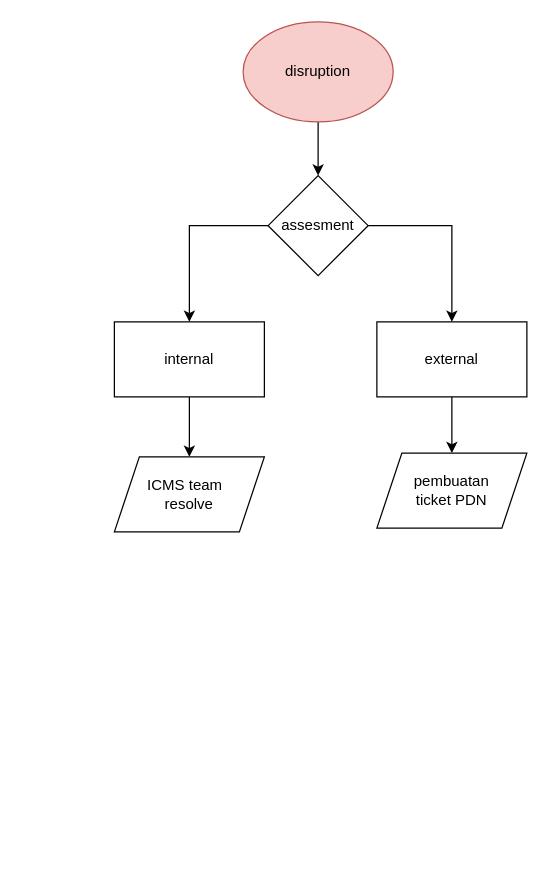
adewandaru/adewandaru keeps this draw.io diagram as page "icms downtime" (2 of 2) of Copy of Untitled Diagram.drawio. Above is the earlier version. Source tidied: cells renumbered, new cells numbered last; positions are measured from the earlier drawing's top-left corner, leaving out a move shared by most shapes. Both pictures are drawn from the tidied source at 125%, with x=0, y=0 at pixel (114, 21).
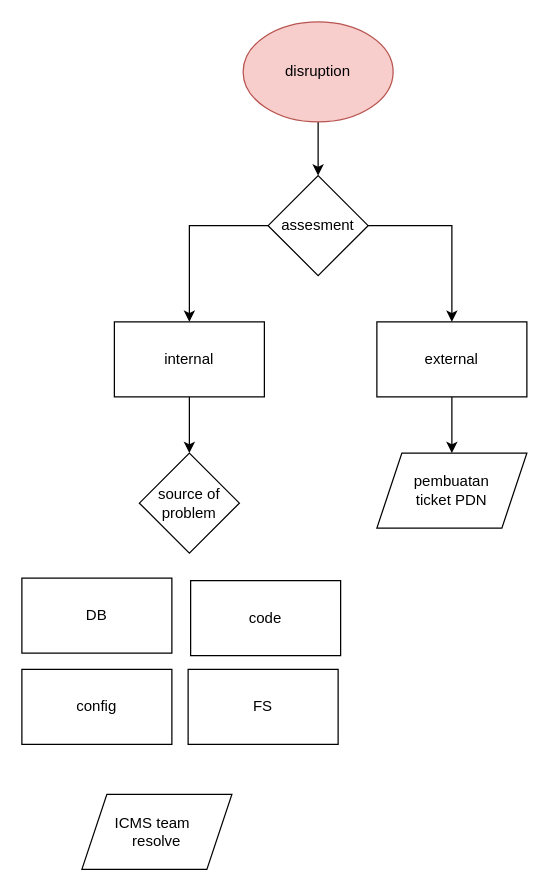
Above is the later version.

Diff of the diagram source:
```diff
@@
 <mxGraphModel>
   <root>
     <mxCell id="0" />
     <mxCell id="1" parent="0" />
-    <mxCell id="2" style="edgeStyle=orthogonalEdgeStyle;rounded=0;jettySize=auto;html=1;" parent="1" edge="1" source="3" target="12">
+    <mxCell id="2" style="edgeStyle=orthogonalEdgeStyle;rounded=0;jettySize=auto;html=1;" parent="1" edge="1" source="3" target="13">
       <mxGeometry relative="1" as="geometry" />
     </mxCell>
     <mxCell id="3" value="internal" style="rounded=0;whiteSpace=wrap;html=1;" parent="1" vertex="1">
       <mxGeometry y="240" width="120" height="60" as="geometry" />
     </mxCell>
     <mxCell id="4" style="edgeStyle=orthogonalEdgeStyle;rounded=0;jettySize=auto;html=1;" parent="1" edge="1" source="5" target="11">
       <mxGeometry relative="1" as="geometry" />
     </mxCell>
     <mxCell id="5" value="external" style="rounded=0;whiteSpace=wrap;html=1;" parent="1" vertex="1">
       <mxGeometry x="210" y="240" width="120" height="60" as="geometry" />
     </mxCell>
     <mxCell id="6" style="edgeStyle=orthogonalEdgeStyle;rounded=0;jettySize=auto;html=1;" parent="1" edge="1" source="7" target="10">
       <mxGeometry relative="1" as="geometry" />
     </mxCell>
     <mxCell id="7" value="disruption" style="ellipse;whiteSpace=wrap;html=1;fillColor=#f8cecc;strokeColor=#b85450;" parent="1" vertex="1">
       <mxGeometry x="103" width="120" height="80" as="geometry" />
     </mxCell>
     <mxCell id="8" style="edgeStyle=orthogonalEdgeStyle;rounded=0;jettySize=auto;html=1;" parent="1" edge="1" source="10" target="3">
       <mxGeometry relative="1" as="geometry" />
     </mxCell>
     <mxCell id="9" style="edgeStyle=orthogonalEdgeStyle;rounded=0;jettySize=auto;html=1;" parent="1" edge="1" source="10" target="5">
       <mxGeometry relative="1" as="geometry" />
     </mxCell>
     <mxCell id="10" value="assesment" style="rhombus;whiteSpace=wrap;html=1;" parent="1" vertex="1">
       <mxGeometry x="123" y="123" width="80" height="80" as="geometry" />
     </mxCell>
     <mxCell id="11" value="pembuatan &lt;br&gt;ticket PDN" style="shape=parallelogram;perimeter=parallelogramPerimeter;whiteSpace=wrap;html=1;fixedSize=1;" parent="1" vertex="1">
       <mxGeometry x="210" y="345" width="120" height="60" as="geometry" />
     </mxCell>
     <mxCell id="12" value="ICMS team &amp;nbsp;&lt;br&gt;resolve" style="shape=parallelogram;perimeter=parallelogramPerimeter;whiteSpace=wrap;html=1;fixedSize=1;" parent="1" vertex="1">
-      <mxGeometry y="348" width="120" height="60" as="geometry" />
+      <mxGeometry x="-26" y="618" width="120" height="60" as="geometry" />
     </mxCell>
+    <mxCell id="13" value="source of problem" style="rhombus;whiteSpace=wrap;html=1;" parent="1" vertex="1">
+      <mxGeometry x="20" y="345" width="80" height="80" as="geometry" />
+    </mxCell>
+    <mxCell id="14" value="DB" style="rounded=0;whiteSpace=wrap;html=1;" parent="1" vertex="1">
+      <mxGeometry x="-74" y="445" width="120" height="60" as="geometry" />
+    </mxCell>
+    <mxCell id="15" value="code" style="rounded=0;whiteSpace=wrap;html=1;" parent="1" vertex="1">
+      <mxGeometry x="61" y="447" width="120" height="60" as="geometry" />
+    </mxCell>
+    <mxCell id="16" value="config" style="rounded=0;whiteSpace=wrap;html=1;" parent="1" vertex="1">
+      <mxGeometry x="-74" y="518" width="120" height="60" as="geometry" />
+    </mxCell>
+    <mxCell id="17" value="FS" style="rounded=0;whiteSpace=wrap;html=1;" parent="1" vertex="1">
+      <mxGeometry x="59" y="518" width="120" height="60" as="geometry" />
+    </mxCell>
   </root>
 </mxGraphModel>
```
